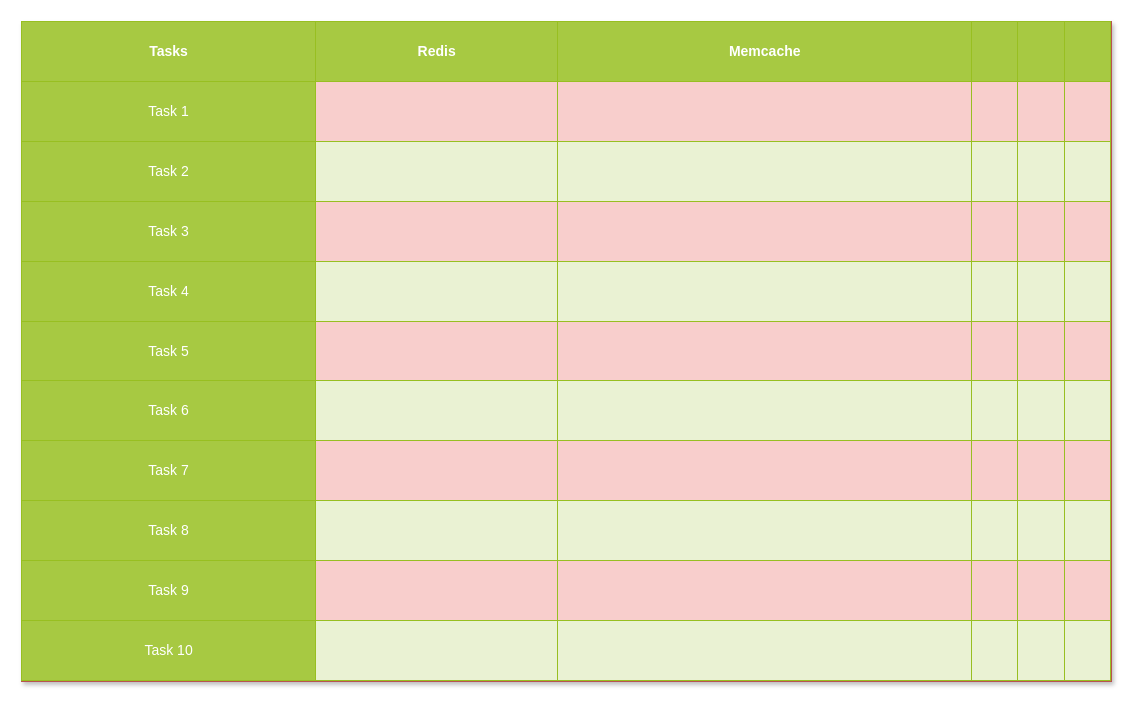
Above: page "Page-1" (1 of 2) of redis VS memcache.drawio in wallcwr/xiaoliangbianchenghui (draw.io), before the change. Source tidied: cells renumbered, new cells numbered last; positions are measured from the earlier drawing's top-left corner, leaving out a move shared by most shapes. Both pictures are drawn from the tidied source at 100%, with x=0, y=0 at pixel (21, 21).
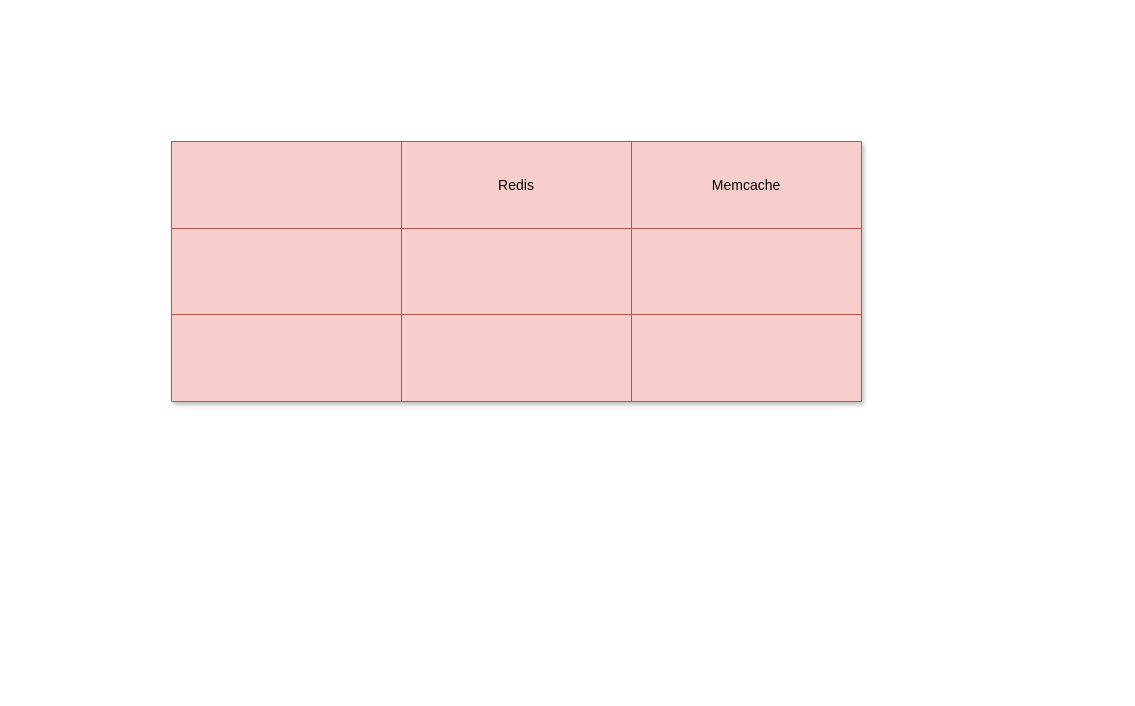
The same diagram, later.

The edit, as a diff of the source:
```diff
@@
 <mxGraphModel>
   <root>
     <mxCell id="0" />
     <mxCell id="1" parent="0" />
-    <mxCell id="2" value="&lt;table border=&quot;1&quot; width=&quot;100%&quot; cellpadding=&quot;4&quot; style=&quot;width: 100% ; height: 100% ; border-collapse: collapse&quot;&gt;&lt;tbody&gt;&lt;tr style=&quot;background-color: #a7c942 ; color: #ffffff ; border: 1px solid #98bf21&quot;&gt;&lt;th&gt;Tasks&lt;/th&gt;&lt;th&gt;Redis&lt;/th&gt;&lt;th&gt;Memcache&lt;/th&gt;&lt;th&gt;&lt;br&gt;&lt;/th&gt;&lt;th&gt;&lt;br&gt;&lt;/th&gt;&lt;th&gt;&lt;/th&gt;&lt;/tr&gt;&lt;tr style=&quot;border: 1px solid #98bf21&quot;&gt;&lt;td style=&quot;background-color: #a7c942 ; color: #ffffff ; border: 1px solid #98bf21&quot;&gt;Task 1&lt;/td&gt;&lt;td&gt;&lt;/td&gt;&lt;td&gt;&lt;/td&gt;&lt;td&gt;&lt;br&gt;&lt;/td&gt;&lt;td&gt;&lt;br&gt;&lt;/td&gt;&lt;td&gt;&lt;br&gt;&lt;/td&gt;&lt;/tr&gt;&lt;tr style=&quot;background-color: #eaf2d3 ; border: 1px solid #98bf21&quot;&gt;&lt;td style=&quot;background-color: #a7c942 ; color: #ffffff ; border: 1px solid #98bf21&quot;&gt;Task 2&lt;/td&gt;&lt;td&gt;&lt;/td&gt;&lt;td&gt;&lt;/td&gt;&lt;td&gt;&lt;br&gt;&lt;/td&gt;&lt;td&gt;&lt;br&gt;&lt;/td&gt;&lt;td&gt;&lt;br&gt;&lt;/td&gt;&lt;/tr&gt;&lt;tr style=&quot;border: 1px solid #98bf21&quot;&gt;&lt;td style=&quot;background-color: #a7c942 ; color: #ffffff ; border: 1px solid #98bf21&quot;&gt;Task 3&lt;/td&gt;&lt;td&gt;&lt;/td&gt;&lt;td&gt;&lt;/td&gt;&lt;td&gt;&lt;br&gt;&lt;/td&gt;&lt;td&gt;&lt;br&gt;&lt;/td&gt;&lt;td&gt;&lt;br&gt;&lt;/td&gt;&lt;/tr&gt;&lt;tr style=&quot;background-color: #eaf2d3 ; border: 1px solid #98bf21&quot;&gt;&lt;td style=&quot;background-color: #a7c942 ; color: #ffffff ; border: 1px solid #98bf21&quot;&gt;Task 4&lt;/td&gt;&lt;td&gt;&lt;/td&gt;&lt;td&gt;&lt;/td&gt;&lt;td&gt;&lt;br&gt;&lt;/td&gt;&lt;td&gt;&lt;br&gt;&lt;/td&gt;&lt;td&gt;&lt;br&gt;&lt;/td&gt;&lt;/tr&gt;&lt;tr style=&quot;border: 1px solid #98bf21&quot;&gt;&lt;td style=&quot;background-color: #a7c942 ; color: #ffffff ; border: 1px solid #98bf21&quot;&gt;Task 5&lt;br&gt;&lt;/td&gt;&lt;td&gt;&lt;br&gt;&lt;/td&gt;&lt;td&gt;&lt;br&gt;&lt;/td&gt;&lt;td&gt;&lt;br&gt;&lt;/td&gt;&lt;td&gt;&lt;br&gt;&lt;/td&gt;&lt;td&gt;&lt;br&gt;&lt;/td&gt;&lt;/tr&gt;&lt;tr style=&quot;background-color: #eaf2d3 ; border: 1px solid #98bf21&quot;&gt;&lt;td style=&quot;background-color: #a7c942 ; color: #ffffff ; border: 1px solid #98bf21&quot;&gt;Task 6&lt;br&gt;&lt;/td&gt;&lt;td&gt;&lt;br&gt;&lt;/td&gt;&lt;td&gt;&lt;br&gt;&lt;/td&gt;&lt;td&gt;&lt;br&gt;&lt;/td&gt;&lt;td&gt;&lt;br&gt;&lt;/td&gt;&lt;td&gt;&lt;br&gt;&lt;/td&gt;&lt;/tr&gt;&lt;tr style=&quot;border: 1px solid #98bf21&quot;&gt;&lt;td style=&quot;background-color: #a7c942 ; color: #ffffff ; border: 1px solid #98bf21&quot;&gt;Task 7&lt;br&gt;&lt;/td&gt;&lt;td&gt;&lt;br&gt;&lt;/td&gt;&lt;td&gt;&lt;br&gt;&lt;/td&gt;&lt;td&gt;&lt;br&gt;&lt;/td&gt;&lt;td&gt;&lt;br&gt;&lt;/td&gt;&lt;td&gt;&lt;br&gt;&lt;/td&gt;&lt;/tr&gt;&lt;tr style=&quot;background-color: #eaf2d3 ; border: 1px solid #98bf21&quot;&gt;&lt;td style=&quot;background-color: #a7c942 ; color: #ffffff ; border: 1px solid #98bf21&quot;&gt;Task 8&lt;br&gt;&lt;/td&gt;&lt;td&gt;&lt;br&gt;&lt;/td&gt;&lt;td&gt;&lt;br&gt;&lt;/td&gt;&lt;td&gt;&lt;br&gt;&lt;/td&gt;&lt;td&gt;&lt;br&gt;&lt;/td&gt;&lt;td&gt;&lt;br&gt;&lt;/td&gt;&lt;/tr&gt;&lt;tr style=&quot;border: 1px solid #98bf21&quot;&gt;&lt;td style=&quot;background-color: #a7c942 ; color: #ffffff ; border: 1px solid #98bf21&quot;&gt;Task 9&lt;br&gt;&lt;/td&gt;&lt;td&gt;&lt;br&gt;&lt;/td&gt;&lt;td&gt;&lt;br&gt;&lt;/td&gt;&lt;td&gt;&lt;br&gt;&lt;/td&gt;&lt;td&gt;&lt;br&gt;&lt;/td&gt;&lt;td&gt;&lt;br&gt;&lt;/td&gt;&lt;/tr&gt;&lt;tr style=&quot;background-color: #eaf2d3 ; border: 1px solid #98bf21&quot;&gt;&lt;td style=&quot;background-color: #a7c942 ; color: #ffffff ; border: 1px solid #98bf21&quot;&gt;Task 10&lt;br&gt;&lt;/td&gt;&lt;td&gt;&lt;br&gt;&lt;/td&gt;&lt;td&gt;&lt;br&gt;&lt;/td&gt;&lt;td&gt;&lt;br&gt;&lt;/td&gt;&lt;td&gt;&lt;br&gt;&lt;/td&gt;&lt;td&gt;&lt;br&gt;&lt;/td&gt;&lt;/tr&gt;&lt;/tbody&gt;&lt;/table&gt;" style="text;html=1;strokeColor=#b85450;fillColor=#f8cecc;overflow=fill;rounded=0;shadow=1;fontSize=14;align=center;" parent="1" vertex="1">
-      <mxGeometry width="1090" height="660" as="geometry" />
-    </mxCell>
+    <mxCell id="3" style="shape=table;html=1;whiteSpace=wrap;startSize=0;childLayout=tableLayout;rounded=0;shadow=1;fontFamily=Helvetica;fontSize=14;fontColor=default;strokeColor=#b85450;fillColor=#f8cecc;gradientColor=none;" parent="1" vertex="1">
+      <mxGeometry x="150" y="120" width="690" height="260" as="geometry" />
+    </mxCell>
+    <mxCell id="4" style="shape=tableRow;horizontal=0;startSize=0;swimlaneHead=0;swimlaneBody=0;top=0;left=0;bottom=0;right=0;fillColor=none;rounded=0;shadow=1;fontFamily=Helvetica;fontSize=14;fontColor=default;strokeColor=#b85450;html=1;" parent="3" vertex="1">
+      <mxGeometry width="690" height="87" as="geometry" />
+    </mxCell>
+    <mxCell id="5" style="shape=partialRectangle;html=1;whiteSpace=wrap;fillColor=none;top=0;left=0;bottom=0;right=0;overflow=hidden;rounded=0;shadow=1;fontFamily=Helvetica;fontSize=14;fontColor=default;strokeColor=#b85450;" parent="4" vertex="1">
+      <mxGeometry width="230" height="87" as="geometry" />
+    </mxCell>
+    <mxCell id="6" value="Redis" style="shape=partialRectangle;html=1;whiteSpace=wrap;fillColor=none;top=0;left=0;bottom=0;right=0;overflow=hidden;rounded=0;shadow=1;fontFamily=Helvetica;fontSize=14;fontColor=default;strokeColor=#b85450;" parent="4" vertex="1">
+      <mxGeometry x="230" width="230" height="87" as="geometry" />
+    </mxCell>
+    <mxCell id="7" value="Memcache" style="shape=partialRectangle;html=1;whiteSpace=wrap;fillColor=none;top=0;left=0;bottom=0;right=0;overflow=hidden;rounded=0;shadow=1;fontFamily=Helvetica;fontSize=14;fontColor=default;strokeColor=#b85450;" parent="4" vertex="1">
+      <mxGeometry x="460" width="230" height="87" as="geometry" />
+    </mxCell>
+    <mxCell id="8" style="shape=tableRow;horizontal=0;startSize=0;swimlaneHead=0;swimlaneBody=0;top=0;left=0;bottom=0;right=0;fillColor=none;rounded=0;shadow=1;fontFamily=Helvetica;fontSize=14;fontColor=default;strokeColor=#b85450;html=1;" parent="3" vertex="1">
+      <mxGeometry y="87" width="690" height="86" as="geometry" />
+    </mxCell>
+    <mxCell id="9" style="shape=partialRectangle;html=1;whiteSpace=wrap;fillColor=none;top=0;left=0;bottom=0;right=0;overflow=hidden;rounded=0;shadow=1;fontFamily=Helvetica;fontSize=14;fontColor=default;strokeColor=#b85450;" parent="8" vertex="1">
+      <mxGeometry width="230" height="86" as="geometry" />
+    </mxCell>
+    <mxCell id="10" style="shape=partialRectangle;html=1;whiteSpace=wrap;fillColor=none;top=0;left=0;bottom=0;right=0;overflow=hidden;rounded=0;shadow=1;fontFamily=Helvetica;fontSize=14;fontColor=default;strokeColor=#b85450;" parent="8" vertex="1">
+      <mxGeometry x="230" width="230" height="86" as="geometry" />
+    </mxCell>
+    <mxCell id="11" style="shape=partialRectangle;html=1;whiteSpace=wrap;fillColor=none;top=0;left=0;bottom=0;right=0;overflow=hidden;rounded=0;shadow=1;fontFamily=Helvetica;fontSize=14;fontColor=default;strokeColor=#b85450;" parent="8" vertex="1">
+      <mxGeometry x="460" width="230" height="86" as="geometry" />
+    </mxCell>
+    <mxCell id="12" style="shape=tableRow;horizontal=0;startSize=0;swimlaneHead=0;swimlaneBody=0;top=0;left=0;bottom=0;right=0;fillColor=none;rounded=0;shadow=1;fontFamily=Helvetica;fontSize=14;fontColor=default;strokeColor=#b85450;html=1;" parent="3" vertex="1">
+      <mxGeometry y="173" width="690" height="87" as="geometry" />
+    </mxCell>
+    <mxCell id="13" style="shape=partialRectangle;html=1;whiteSpace=wrap;fillColor=none;top=0;left=0;bottom=0;right=0;overflow=hidden;rounded=0;shadow=1;fontFamily=Helvetica;fontSize=14;fontColor=default;strokeColor=#b85450;" parent="12" vertex="1">
+      <mxGeometry width="230" height="87" as="geometry" />
+    </mxCell>
+    <mxCell id="14" style="shape=partialRectangle;html=1;whiteSpace=wrap;fillColor=none;top=0;left=0;bottom=0;right=0;overflow=hidden;rounded=0;shadow=1;fontFamily=Helvetica;fontSize=14;fontColor=default;strokeColor=#b85450;" parent="12" vertex="1">
+      <mxGeometry x="230" width="230" height="87" as="geometry" />
+    </mxCell>
+    <mxCell id="15" style="shape=partialRectangle;html=1;whiteSpace=wrap;fillColor=none;top=0;left=0;bottom=0;right=0;overflow=hidden;rounded=0;shadow=1;fontFamily=Helvetica;fontSize=14;fontColor=default;strokeColor=#b85450;" parent="12" vertex="1">
+      <mxGeometry x="460" width="230" height="87" as="geometry" />
+    </mxCell>
   </root>
 </mxGraphModel>
```
